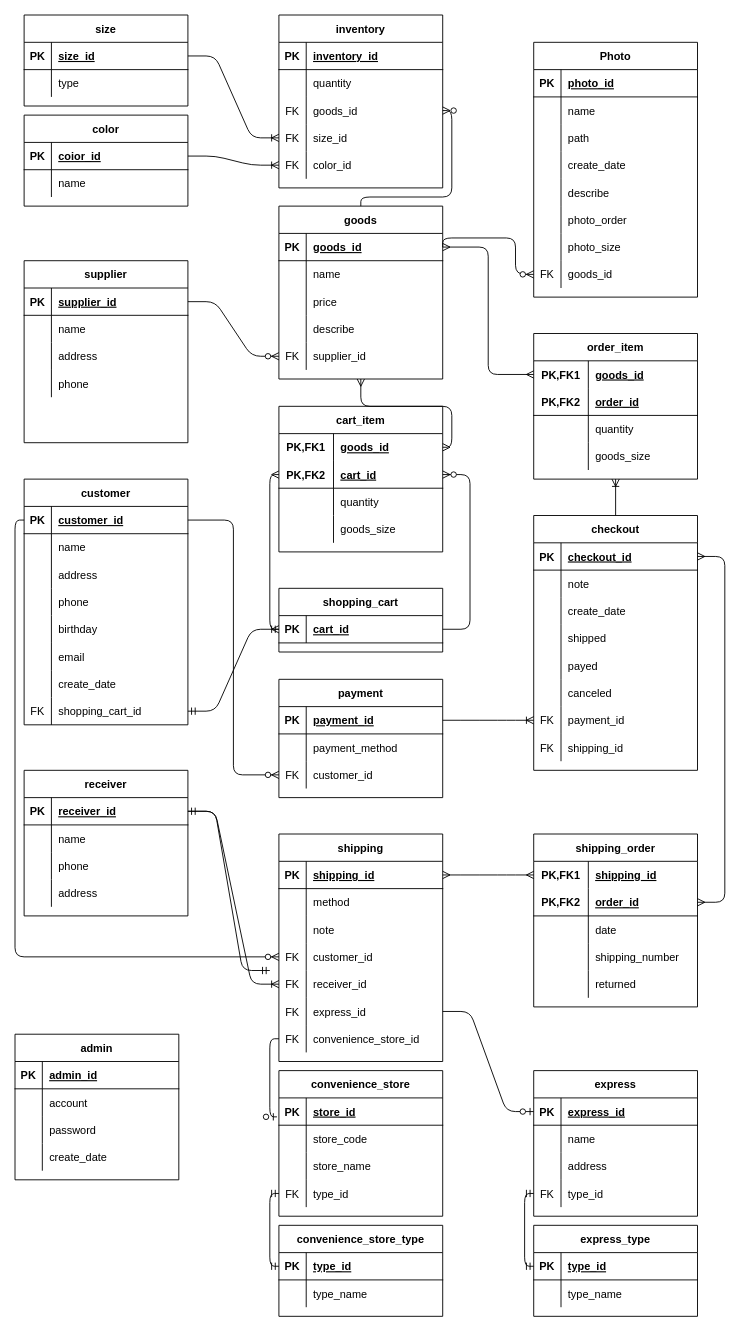
The draw.io diagram ermodel.drawio in BoshiLee/ecommerce, before the edit. Source tidied: cells renumbered, new cells numbered last; positions are measured from the earlier drawing's top-left corner, leaving out a move shared by most shapes. Both pictures are drawn from the tidied source at 91%, with x=0, y=0 at pixel (15, 15).
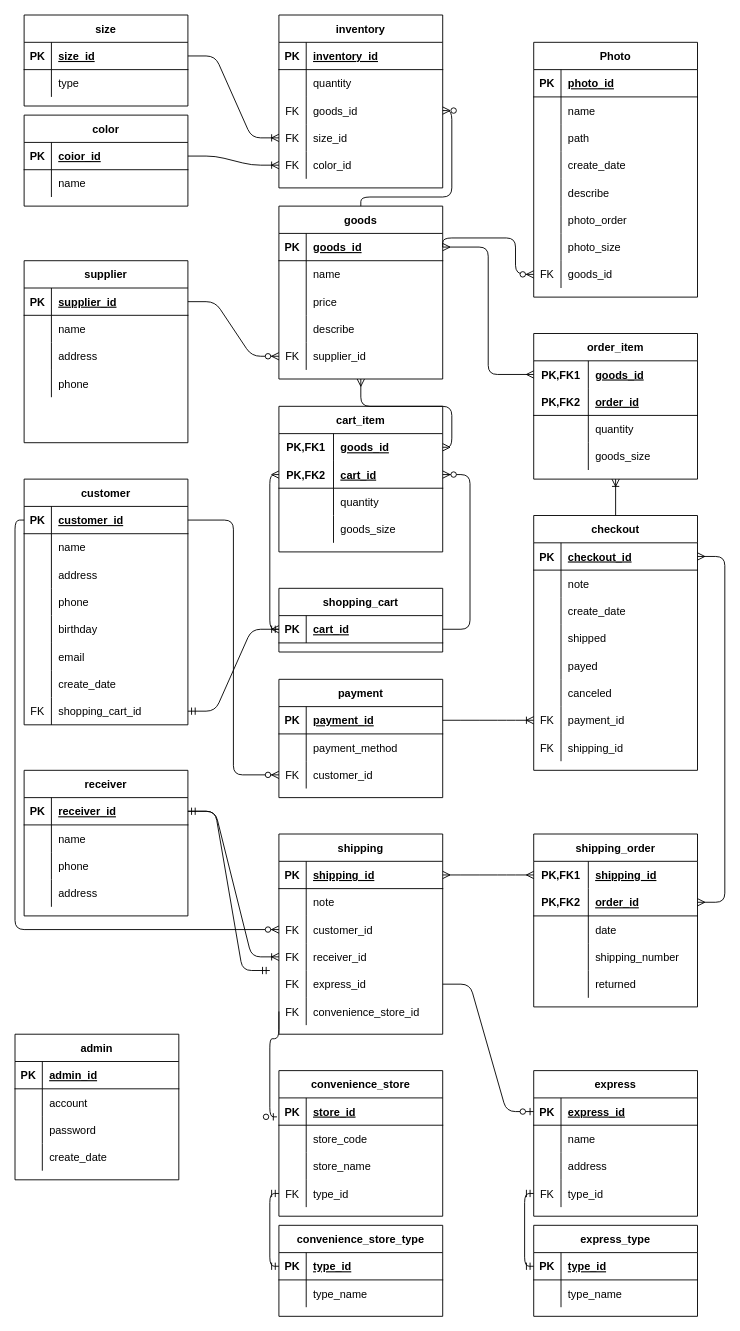
After the change.

The edit, as a diff of the source:
```diff
@@
     <mxCell id="131" value="shipping" style="shape=table;startSize=30;childLayout=tableLayout;rowLines=0;fontStyle=1;align=center;" parent="1" vertex="1">
-      <mxGeometry x="290" y="900" width="180" height="250" as="geometry" />
+      <mxGeometry x="290" y="900" width="180" height="220" as="geometry" />
     </mxCell>
@@
-    <mxCell id="135" style="shape=partialRectangle;fillColor=none;top=0;left=0;bottom=0;right=0;" parent="131" vertex="1">
-      <mxGeometry y="60" width="180" height="30" as="geometry" />
-    </mxCell>
-    <mxCell id="136" style="shape=partialRectangle;fillColor=none;top=0;left=0;bottom=0;right=0;overflow=hidden;" parent="135" vertex="1">
-      <mxGeometry width="30" height="30" as="geometry" />
-    </mxCell>
-    <mxCell id="137" value="method" style="shape=partialRectangle;fillColor=none;top=0;left=0;bottom=0;right=0;align=left;spacingLeft=6;overflow=hidden;" parent="135" vertex="1">
-      <mxGeometry x="30" width="150" height="30" as="geometry" />
-    </mxCell>
     <mxCell id="138" style="shape=partialRectangle;fillColor=none;top=0;left=0;bottom=0;right=0;" parent="131" vertex="1">
-      <mxGeometry y="90" width="180" height="30" as="geometry" />
+      <mxGeometry y="60" width="180" height="30" as="geometry" />
     </mxCell>
@@
     <mxCell id="141" style="shape=partialRectangle;fillColor=none;top=0;left=0;bottom=0;right=0;points=[[0,0.5],[1,0.5]];portConstraint=eastwest;" parent="131" vertex="1">
-      <mxGeometry y="120" width="180" height="30" as="geometry" />
+      <mxGeometry y="90" width="180" height="30" as="geometry" />
     </mxCell>
@@
     <mxCell id="144" style="shape=partialRectangle;fillColor=none;top=0;left=0;bottom=0;right=0;points=[[0,0.5],[1,0.5]];portConstraint=eastwest;" parent="131" vertex="1">
-      <mxGeometry y="150" width="180" height="30" as="geometry" />
+      <mxGeometry y="120" width="180" height="30" as="geometry" />
     </mxCell>
@@
     <mxCell id="147" style="shape=partialRectangle;fillColor=none;top=0;left=0;bottom=0;right=0;points=[[0,0.5],[1,0.5]];portConstraint=eastwest;" parent="131" vertex="1">
-      <mxGeometry y="180" width="180" height="30" as="geometry" />
+      <mxGeometry y="150" width="180" height="30" as="geometry" />
     </mxCell>
@@
     <mxCell id="150" style="shape=partialRectangle;fillColor=none;top=0;left=0;bottom=0;right=0;points=[[0,0.5],[1,0.5]];portConstraint=eastwest;" parent="131" vertex="1">
-      <mxGeometry y="210" width="180" height="30" as="geometry" />
+      <mxGeometry y="180" width="180" height="30" as="geometry" />
     </mxCell>
```
